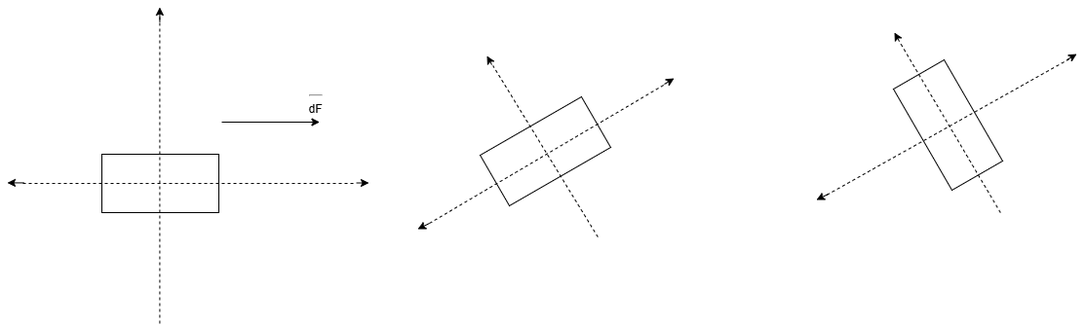
This is St-Ra/figures/figure.drawio.png from BiancaMitroi/Teaching, a draw.io export, as it was before one commit. Source tidied: cells renumbered, new cells last; positions are measured from the earlier drawing's top-left corner, leaving out a move shared by most shapes.
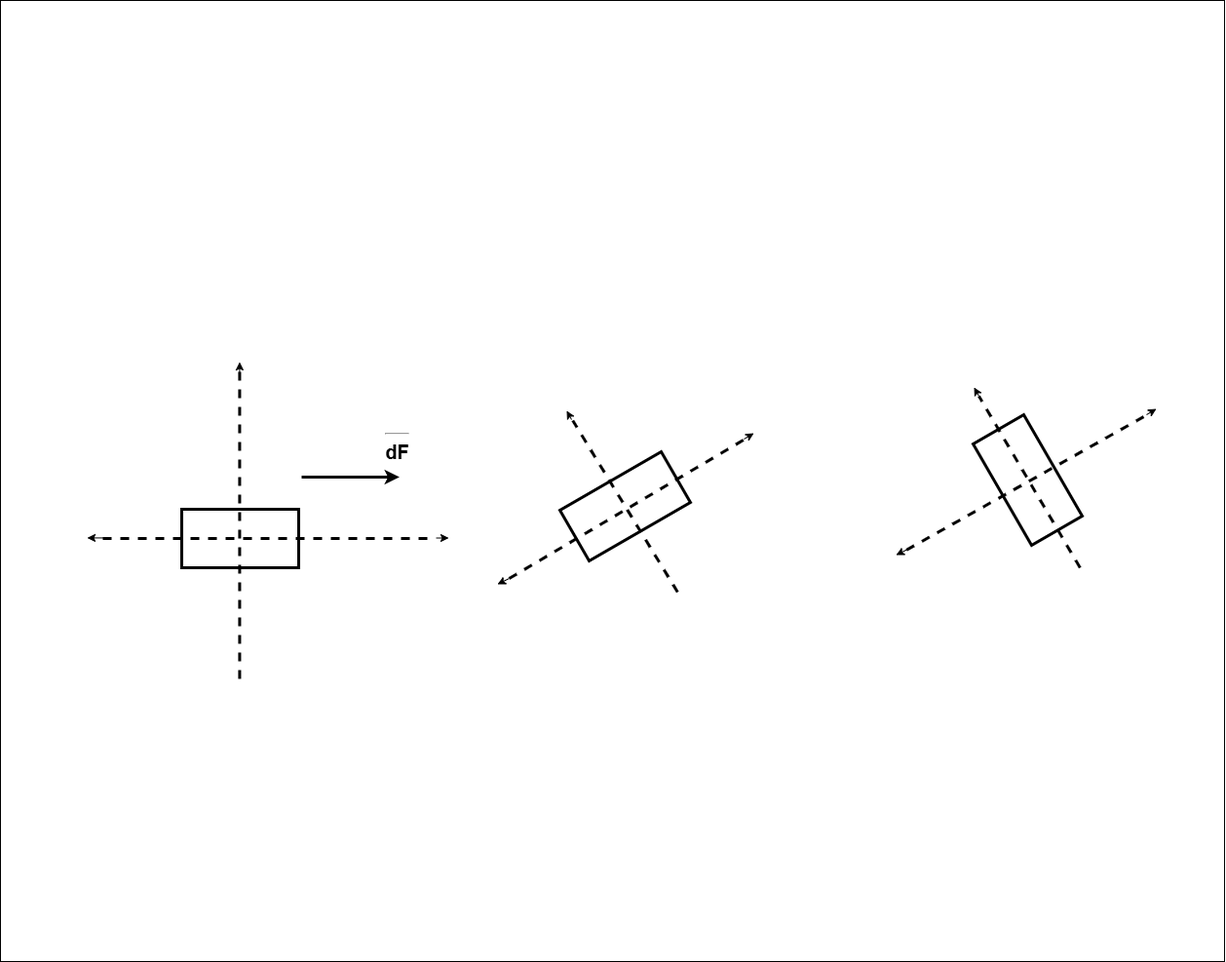
After the commit.

What changed in the source:
```diff
@@ -2,17 +2,20 @@
   <root>
     <mxCell id="0" />
     <mxCell id="1" parent="0" />
+    <mxCell id="22" style="rounded=0;whiteSpace=wrap;html=1;fillColor=default;" parent="1" vertex="1">
+      <mxGeometry x="-89" y="-371" width="1256" height="986" as="geometry" />
+    </mxCell>
-    <mxCell id="2" style="edgeStyle=none;html=1;strokeColor=light-dark(#000000,#33FFFF);" parent="1" edge="1">
+    <mxCell id="2" style="edgeStyle=none;html=1;strokeColor=light-dark(#000000,#33FFFF);strokeWidth=3;" parent="1" edge="1">
       <mxGeometry relative="1" as="geometry">
         <mxPoint x="220" y="118" as="sourcePoint" />
         <mxPoint x="320.5" y="118" as="targetPoint" />
       </mxGeometry>
     </mxCell>
-    <mxCell id="3" style="rounded=0;whiteSpace=wrap;html=1;strokeColor=light-dark(#000000,#33FFFF);fillColor=light-dark(#FFFFFF,transparent);" parent="1" vertex="1">
+    <mxCell id="3" style="rounded=0;whiteSpace=wrap;html=1;strokeColor=light-dark(#000000,#33FFFF);fillColor=light-dark(#FFFFFF,transparent);strokeWidth=3;" parent="1" vertex="1">
       <mxGeometry x="97" y="151" width="120" height="60" as="geometry" />
     </mxCell>
-    <mxCell id="4" value="&lt;hr&gt;dF" style="text;html=1;align=center;verticalAlign=middle;strokeColor=none;fillColor=none;" parent="1" vertex="1">
-      <mxGeometry x="300" y="79" width="32" height="39" as="geometry" />
+    <mxCell id="4" value="&lt;hr&gt;&lt;font style=&quot;font-size: 20px;&quot;&gt;&lt;b&gt;dF&lt;/b&gt;&lt;/font&gt;" style="text;html=1;align=center;verticalAlign=middle;strokeColor=none;fillColor=none;" parent="1" vertex="1">
+      <mxGeometry x="297" y="60" width="42" height="49" as="geometry" />
     </mxCell>
     <mxCell id="5" style="endArrow=classic;html=1;" parent="1" edge="1">
       <mxGeometry relative="1" as="geometry">
@@ -20,7 +23,7 @@
         <mxPoint x="492" y="50" as="targetPoint" />
       </mxGeometry>
     </mxCell>
-    <mxCell id="6" style="endArrow=none;dashed=1;html=1;" parent="1" edge="1">
+    <mxCell id="6" style="endArrow=none;dashed=1;html=1;strokeWidth=3;" parent="1" edge="1">
       <mxGeometry relative="1" as="geometry">
         <mxPoint x="16" y="181" as="sourcePoint" />
         <mxPoint x="357" y="181" as="targetPoint" />
@@ -38,10 +41,10 @@
         <mxPoint y="180.4" as="targetPoint" />
       </mxGeometry>
     </mxCell>
-    <mxCell id="9" style="rounded=0;whiteSpace=wrap;html=1;strokeColor=light-dark(#000000,#33FFFF);fillColor=light-dark(#FFFFFF,transparent);rotation=-30;" parent="1" vertex="1">
+    <mxCell id="9" style="rounded=0;whiteSpace=wrap;html=1;strokeColor=light-dark(#000000,#33FFFF);fillColor=light-dark(#FFFFFF,transparent);rotation=-30;strokeWidth=3;" parent="1" vertex="1">
       <mxGeometry x="492" y="118" width="120" height="60" as="geometry" />
     </mxCell>
-    <mxCell id="10" style="endArrow=none;dashed=1;html=1;" parent="1" edge="1">
+    <mxCell id="10" style="endArrow=none;dashed=1;html=1;strokeWidth=3;" parent="1" edge="1">
       <mxGeometry relative="1" as="geometry">
         <mxPoint x="156.4" y="325" as="sourcePoint" />
         <mxPoint x="156.4" y="5" as="targetPoint" />
@@ -53,7 +56,7 @@
         <mxPoint x="156.4" as="targetPoint" />
       </mxGeometry>
     </mxCell>
-    <mxCell id="12" style="endArrow=none;dashed=1;html=1;" parent="1" edge="1">
+    <mxCell id="12" style="endArrow=none;dashed=1;html=1;strokeWidth=3;" parent="1" edge="1">
       <mxGeometry relative="1" as="geometry">
         <mxPoint x="433" y="222" as="sourcePoint" />
         <mxPoint x="676.2" y="78.2" as="targetPoint" />
@@ -71,7 +74,7 @@
         <mxPoint x="421" y="228" as="targetPoint" />
       </mxGeometry>
     </mxCell>
-    <mxCell id="15" style="endArrow=none;dashed=1;html=1;" parent="1" edge="1">
+    <mxCell id="15" style="endArrow=none;dashed=1;html=1;strokeWidth=3;" parent="1" edge="1">
       <mxGeometry relative="1" as="geometry">
         <mxPoint x="605.8" y="236" as="sourcePoint" />
         <mxPoint x="498.2" y="60" as="targetPoint" />
@@ -83,10 +86,10 @@
         <mxPoint x="910" y="26" as="targetPoint" />
       </mxGeometry>
     </mxCell>
-    <mxCell id="17" style="rounded=0;whiteSpace=wrap;html=1;strokeColor=light-dark(#000000,#33FFFF);fillColor=light-dark(#FFFFFF,transparent);rotation=60;" parent="1" vertex="1">
+    <mxCell id="17" style="rounded=0;whiteSpace=wrap;html=1;strokeColor=light-dark(#000000,#33FFFF);fillColor=light-dark(#FFFFFF,transparent);rotation=60;strokeWidth=3;" parent="1" vertex="1">
       <mxGeometry x="905" y="91" width="120" height="60" as="geometry" />
     </mxCell>
-    <mxCell id="18" style="endArrow=none;dashed=1;html=1;" parent="1" edge="1">
+    <mxCell id="18" style="endArrow=none;dashed=1;html=1;strokeWidth=3;" parent="1" edge="1">
       <mxGeometry relative="1" as="geometry">
         <mxPoint x="840.8" y="192.8" as="sourcePoint" />
         <mxPoint x="1089.2" y="53.2" as="targetPoint" />
@@ -104,7 +107,7 @@
         <mxPoint x="830" y="198" as="targetPoint" />
       </mxGeometry>
     </mxCell>
-    <mxCell id="21" style="endArrow=none;dashed=1;html=1;" parent="1" edge="1">
+    <mxCell id="21" style="endArrow=none;dashed=1;html=1;strokeWidth=3;" parent="1" edge="1">
       <mxGeometry relative="1" as="geometry">
         <mxPoint x="1018.8" y="211" as="sourcePoint" />
         <mxPoint x="915" y="35" as="targetPoint" />
```
